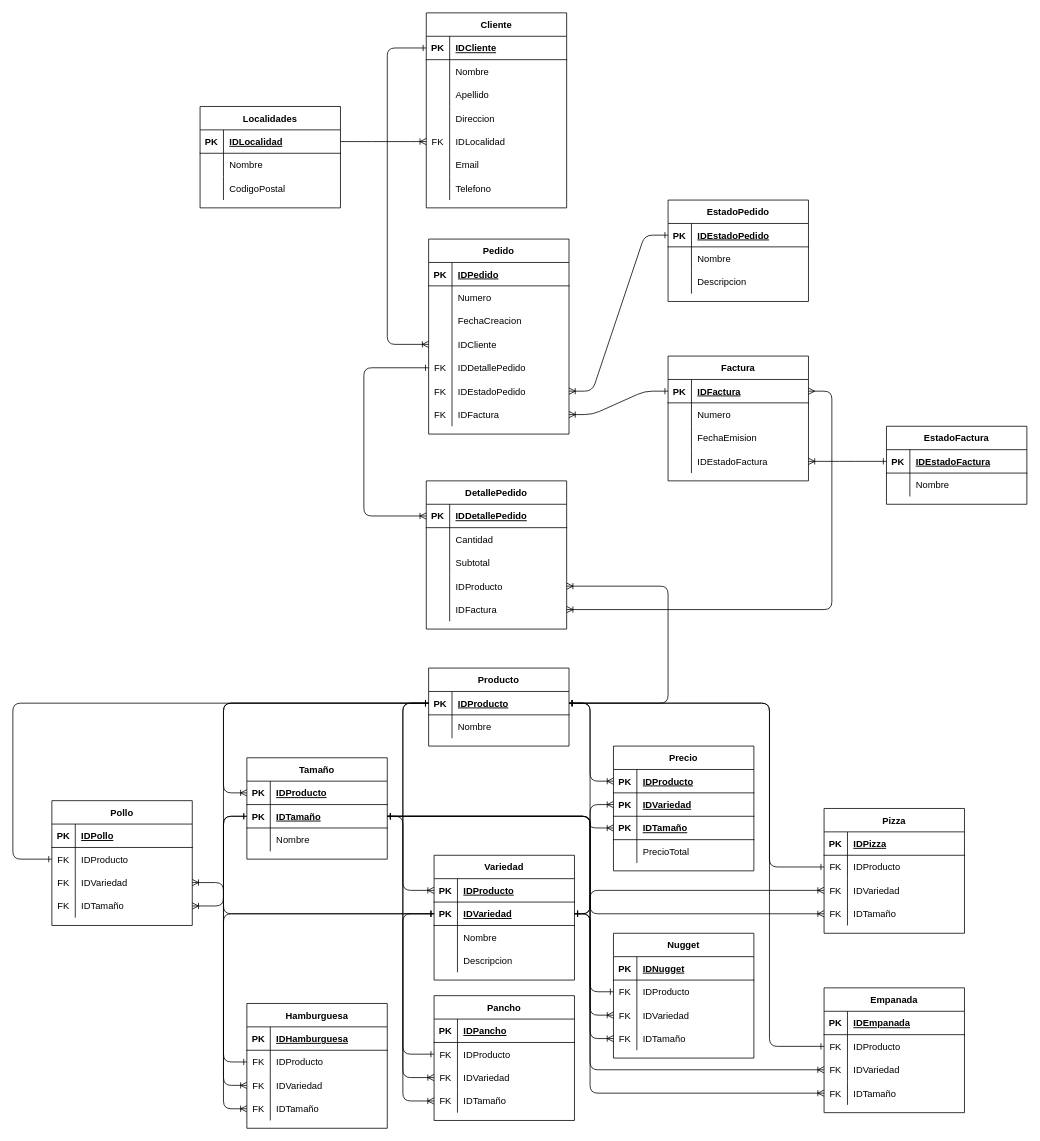
The draw.io diagram Delivery DER.drawio in RailGun15/laboratorio3-20202c, before the edit. Source tidied: cells renumbered, new cells numbered last; positions are measured from the earlier drawing's top-left corner, leaving out a move shared by most shapes. Both pictures are drawn from the tidied source at 78%, with x=0, y=0 at pixel (12, 12).
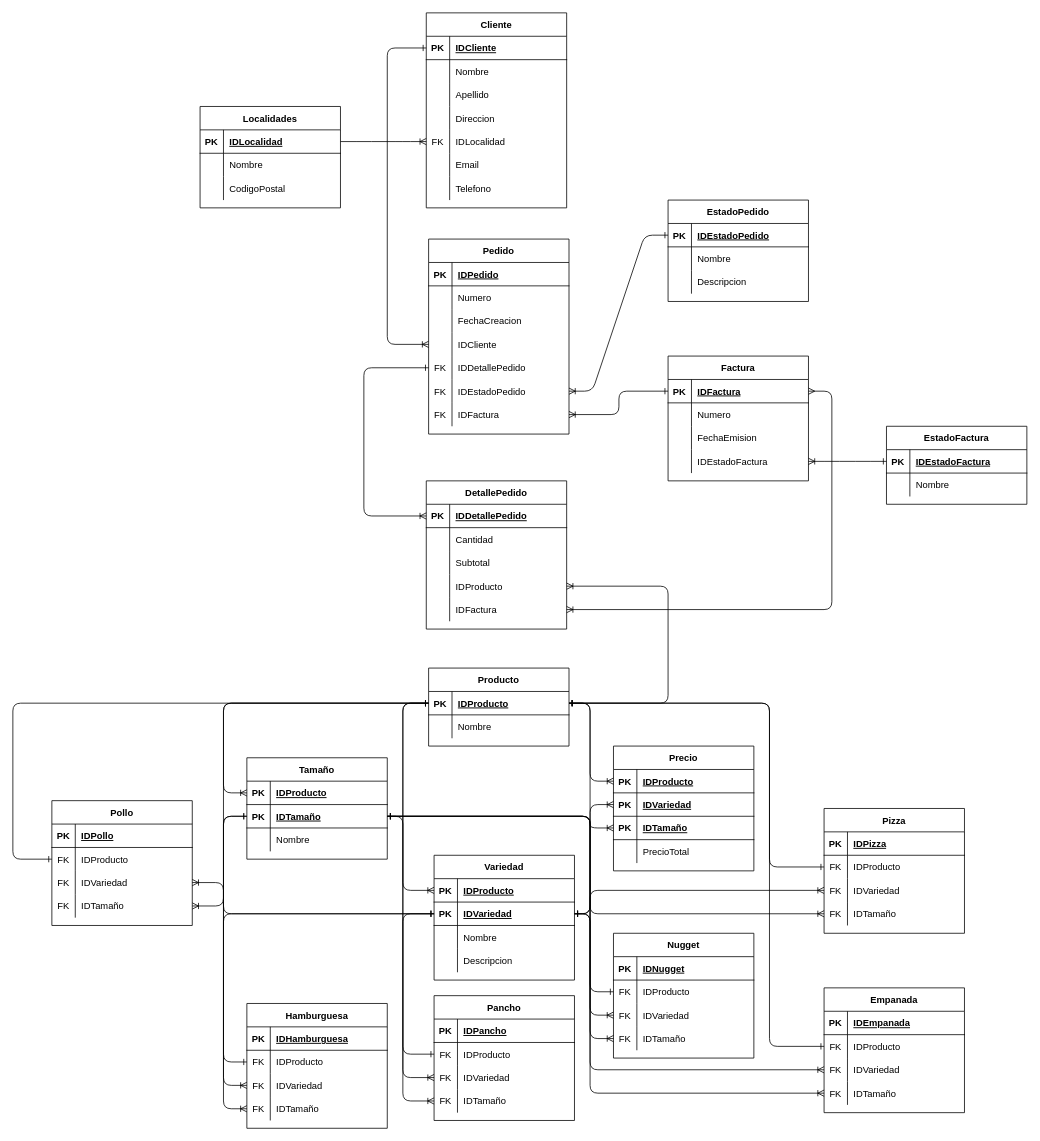
The same page after the edit.

Unchanged cells that the change refers to:
```xml
<mxCell id="37" style="shape=partialRectangle;fillColor=none;top=0;left=0;bottom=0;right=0;points=[[0,0.5],[1,0.5]];portConstraint=eastwest;" parent="18" vertex="1">
  <mxGeometry y="210" width="180" height="30" as="geometry" />
</mxCell>
<mxCell id="155" style="shape=partialRectangle;fillColor=none;top=0;left=0;bottom=1;right=0;points=[[0,0.5],[1,0.5]];portConstraint=eastwest;" parent="154" vertex="1">
  <mxGeometry y="30" width="180" height="30" as="geometry" />
</mxCell>
```

Change to the diagram source:
```diff
@@
-    <mxCell id="225" style="edgeStyle=entityRelationEdgeStyle;fontSize=12;html=1;endArrow=ERone;exitX=1;exitY=0.5;exitDx=0;exitDy=0;entryX=0;entryY=0.5;entryDx=0;entryDy=0;startArrow=ERoneToMany;startFill=0;endFill=0;" parent="1" edge="1" source="37" target="155">
+    <mxCell id="225" style="edgeStyle=elbowEdgeStyle;fontSize=12;html=1;endArrow=ERone;exitX=1;exitY=0.5;exitDx=0;exitDy=0;entryX=0;entryY=0.5;entryDx=0;entryDy=0;startArrow=ERoneToMany;startFill=0;endFill=0;" parent="1" edge="1" source="37" target="155">
       <mxGeometry relative="1" as="geometry" />
     </mxCell>
```
